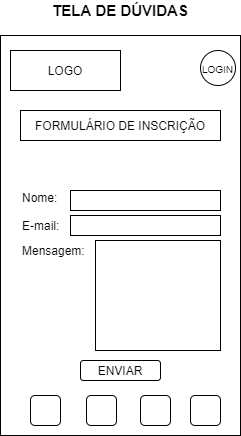
Earlier version of the draw.io export semana10/LabeX/duvidas.png (future4code/Carolina-Muniz). Source tidied: cells renumbered, new cells last; positions are measured from the earlier drawing's top-left corner, leaving out a move shared by most shapes.
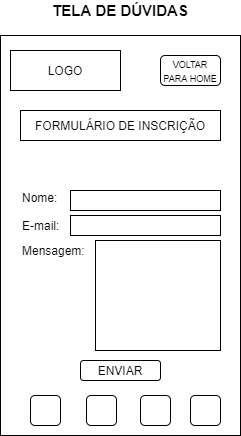
The same diagram one commit later.

Change to the diagram source:
```diff
@@ -8,9 +8,6 @@
     <mxCell id="3" value="LOGO" style="rounded=0;whiteSpace=wrap;html=1;align=center;" parent="1" vertex="1">
       <mxGeometry x="10" y="50" width="110" height="40" as="geometry" />
     </mxCell>
-    <mxCell id="4" value="&lt;font style=&quot;font-size: 10px&quot;&gt;LOGIN&lt;/font&gt;" style="ellipse;whiteSpace=wrap;html=1;align=center;" parent="1" vertex="1">
-      <mxGeometry x="200" y="50" width="35" height="35" as="geometry" />
-    </mxCell>
     <mxCell id="5" style="rounded=1;whiteSpace=wrap;html=1;align=left;" parent="1" vertex="1">
       <mxGeometry x="30" y="395" width="30" height="30" as="geometry" />
     </mxCell>
@@ -47,5 +44,8 @@
     <mxCell id="16" value="&lt;font style=&quot;font-size: 15px&quot;&gt;&lt;b&gt;TELA DE DÚVIDAS&lt;/b&gt;&lt;/font&gt;" style="text;html=1;strokeColor=none;fillColor=none;align=center;verticalAlign=middle;whiteSpace=wrap;rounded=0;" parent="1" vertex="1">
       <mxGeometry width="240" height="20" as="geometry" />
     </mxCell>
+    <mxCell id="17" value="&lt;font style=&quot;font-size: 9px&quot;&gt;VOLTAR PARA HOME&lt;/font&gt;" style="rounded=1;whiteSpace=wrap;html=1;" parent="1" vertex="1">
+      <mxGeometry x="160" y="55" width="60" height="30" as="geometry" />
+    </mxCell>
   </root>
 </mxGraphModel>
```
